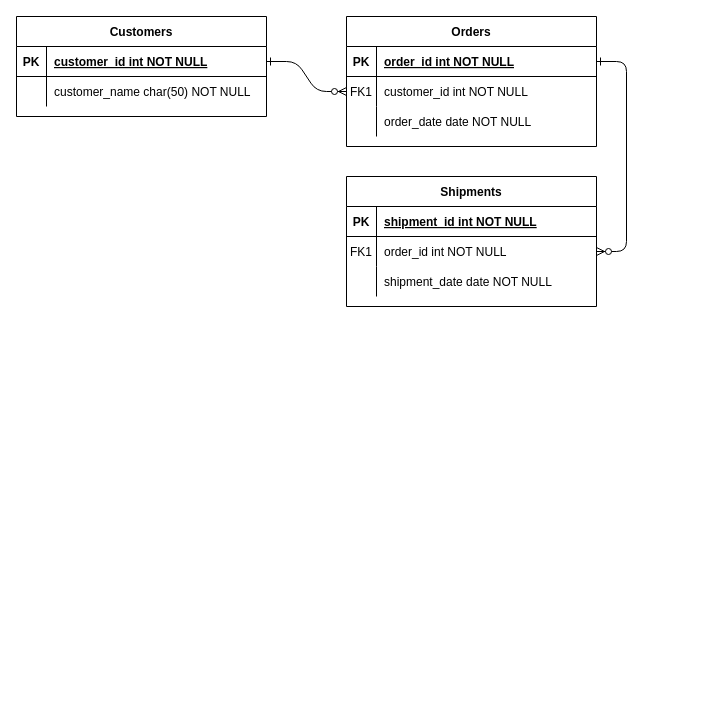
Earlier version of the draw.io diagram Untitled Diagram.drawio (dmitry-worker/schema_gen). Source tidied: cells renumbered, new cells numbered last; positions are measured from the earlier drawing's top-left corner, leaving out a move shared by most shapes. Both pictures are drawn from the tidied source at 100%, with x=0, y=0 at pixel (16, 16).
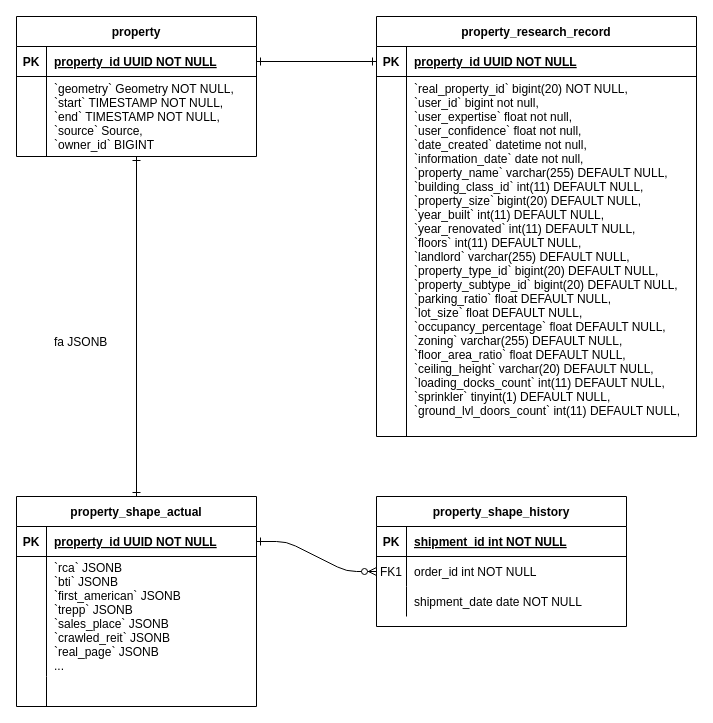
The same diagram, later.

The edit, as a diff of the source:
```diff
@@
-    <mxCell id="2" style="edgeStyle=entityRelationEdgeStyle;endArrow=ERzeroToMany;startArrow=ERone;endFill=1;startFill=0;" parent="1" edge="1" source="25" target="8">
-      <mxGeometry relative="1" as="geometry" />
-    </mxCell>
@@
-    <mxCell id="4" value="Orders" style="shape=table;startSize=30;childLayout=tableLayout;rowLines=0;fontStyle=1;align=center;" parent="1" vertex="1">
-      <mxGeometry x="330" width="250" height="130" as="geometry" />
+    <mxCell id="4" value="property_shape_actual" style="shape=table;startSize=30;childLayout=tableLayout;rowLines=0;fontStyle=1;align=center;" parent="1" vertex="1">
+      <mxGeometry y="480" width="240" height="210" as="geometry" />
     </mxCell>
     <mxCell id="5" style="shape=partialRectangle;fillColor=none;points=[[0,0.5],[1,0.5]];portConstraint=eastwest;top=0;left=0;right=0;bottom=1;" parent="4" vertex="1">
-      <mxGeometry y="30" width="250" height="30" as="geometry" />
+      <mxGeometry y="30" width="240" height="30" as="geometry" />
     </mxCell>
@@
-    <mxCell id="7" value="order_id int NOT NULL " style="shape=partialRectangle;overflow=hidden;fillColor=none;top=0;left=0;bottom=0;right=0;align=left;spacingLeft=6;fontStyle=5;" parent="5" vertex="1">
-      <mxGeometry x="30" width="220" height="30" as="geometry" />
+    <mxCell id="7" value="property_id UUID NOT NULL" style="shape=partialRectangle;overflow=hidden;fillColor=none;top=0;left=0;bottom=0;right=0;align=left;spacingLeft=6;fontStyle=5;" parent="5" vertex="1">
+      <mxGeometry x="30" width="210" height="30" as="geometry" />
     </mxCell>
     <mxCell id="8" style="shape=partialRectangle;fillColor=none;points=[[0,0.5],[1,0.5]];portConstraint=eastwest;top=0;left=0;right=0;bottom=0;" parent="4" vertex="1">
-      <mxGeometry y="60" width="250" height="30" as="geometry" />
+      <mxGeometry y="60" width="240" height="120" as="geometry" />
     </mxCell>
-    <mxCell id="9" value="FK1" style="shape=partialRectangle;overflow=hidden;fillColor=none;top=0;left=0;bottom=0;right=0;" parent="8" vertex="1">
-      <mxGeometry width="30" height="30" as="geometry" />
+    <mxCell id="9" style="shape=partialRectangle;overflow=hidden;fillColor=none;top=0;left=0;bottom=0;right=0;" parent="8" vertex="1">
+      <mxGeometry width="30" height="120" as="geometry" />
     </mxCell>
-    <mxCell id="10" value="customer_id int NOT NULL" style="shape=partialRectangle;overflow=hidden;fillColor=none;top=0;left=0;bottom=0;right=0;align=left;spacingLeft=6;" parent="8" vertex="1">
-      <mxGeometry x="30" width="220" height="30" as="geometry" />
+    <mxCell id="10" value="`rca` JSONB&#10;`bti` JSONB&#10;`first_american` JSONB&#10;`trepp` JSONB&#10;`sales_place` JSONB&#10;`crawled_reit` JSONB&#10;`real_page` JSONB&#10;... " style="shape=partialRectangle;overflow=hidden;fillColor=none;top=0;left=0;bottom=0;right=0;align=left;spacingLeft=6;" parent="8" vertex="1">
+      <mxGeometry x="30" width="210" height="120" as="geometry" />
     </mxCell>
     <mxCell id="11" style="shape=partialRectangle;fillColor=none;top=0;left=0;right=0;bottom=0;" parent="4" vertex="1">
-      <mxGeometry y="90" width="250" height="30" as="geometry" />
+      <mxGeometry y="180" width="240" height="30" as="geometry" />
     </mxCell>
@@
-    <mxCell id="13" value="order_date date NOT NULL" style="shape=partialRectangle;overflow=hidden;fillColor=none;top=0;left=0;bottom=0;right=0;align=left;spacingLeft=6;" parent="11" vertex="1">
-      <mxGeometry x="30" width="220" height="30" as="geometry" />
+    <mxCell id="13" style="shape=partialRectangle;overflow=hidden;fillColor=none;top=0;left=0;bottom=0;right=0;align=left;spacingLeft=6;strokeColor=default;" parent="11" vertex="1">
+      <mxGeometry x="30" width="210" height="30" as="geometry" />
     </mxCell>
-    <mxCell id="14" value="Shipments" style="shape=table;startSize=30;childLayout=tableLayout;rowLines=0;fontStyle=1;align=center;" parent="1" vertex="1">
-      <mxGeometry x="330" y="160" width="250" height="130" as="geometry" />
+    <mxCell id="14" value="property_shape_history" style="shape=table;startSize=30;childLayout=tableLayout;rowLines=0;fontStyle=1;align=center;" parent="1" vertex="1">
+      <mxGeometry x="360" y="480" width="250" height="130" as="geometry" />
     </mxCell>
@@
-    <mxCell id="24" value="Customers" style="shape=table;startSize=30;childLayout=tableLayout;rowLines=0;fontStyle=1;align=center;" parent="1" vertex="1">
-      <mxGeometry width="250" height="100" as="geometry" />
+    <mxCell id="24" value="property" style="shape=table;startSize=30;childLayout=tableLayout;rowLines=0;fontStyle=1;align=center;" parent="1" vertex="1">
+      <mxGeometry width="240" height="140" as="geometry" />
     </mxCell>
     <mxCell id="25" style="shape=partialRectangle;fillColor=none;points=[[0,0.5],[1,0.5]];portConstraint=eastwest;top=0;left=0;right=0;bottom=1;" parent="24" vertex="1">
-      <mxGeometry y="30" width="250" height="30" as="geometry" />
+      <mxGeometry y="30" width="240" height="30" as="geometry" />
     </mxCell>
@@
-    <mxCell id="27" value="customer_id int NOT NULL " style="shape=partialRectangle;overflow=hidden;fillColor=none;top=0;left=0;bottom=0;right=0;align=left;spacingLeft=6;fontStyle=5;" parent="25" vertex="1">
-      <mxGeometry x="30" width="220" height="30" as="geometry" />
+    <mxCell id="27" value="property_id UUID NOT NULL " style="shape=partialRectangle;overflow=hidden;fillColor=none;top=0;left=0;bottom=0;right=0;align=left;spacingLeft=6;fontStyle=5;" parent="25" vertex="1">
+      <mxGeometry x="30" width="210" height="30" as="geometry" />
     </mxCell>
     <mxCell id="28" style="shape=partialRectangle;fillColor=none;top=0;left=0;right=0;bottom=0;" parent="24" vertex="1">
-      <mxGeometry y="60" width="250" height="30" as="geometry" />
+      <mxGeometry y="60" width="240" height="80" as="geometry" />
     </mxCell>
     <mxCell id="29" style="shape=partialRectangle;overflow=hidden;fillColor=none;top=0;left=0;bottom=0;right=0;" parent="28" vertex="1">
-      <mxGeometry width="30" height="30" as="geometry" />
+      <mxGeometry width="30" height="80" as="geometry" />
     </mxCell>
-    <mxCell id="30" value="customer_name char(50) NOT NULL" style="shape=partialRectangle;overflow=hidden;fillColor=none;top=0;left=0;bottom=0;right=0;align=left;spacingLeft=6;" parent="28" vertex="1">
-      <mxGeometry x="30" width="220" height="30" as="geometry" />
+    <mxCell id="30" value="`geometry` Geometry NOT NULL,&#10;`start` TIMESTAMP NOT NULL,&#10;`end` TIMESTAMP NOT NULL,&#10;`source` Source,&#10;`owner_id` BIGINT" style="shape=partialRectangle;overflow=hidden;fillColor=none;top=0;left=0;bottom=0;right=0;align=left;spacingLeft=6;" parent="28" vertex="1">
+      <mxGeometry x="30" width="210" height="80" as="geometry" />
     </mxCell>
+    <mxCell id="31" style="endArrow=ERone;html=1;rounded=1;entryX=0.5;entryY=1;entryDx=0;entryDy=0;exitX=0.5;exitY=0;exitDx=0;exitDy=0;startArrow=ERone;startFill=0;endFill=0;" parent="1" edge="1" source="4" target="24">
+      <mxGeometry relative="1" as="geometry" />
+    </mxCell>
+    <mxCell id="32" value="fa JSONB" style="shape=partialRectangle;overflow=hidden;fillColor=none;top=0;left=0;bottom=0;right=0;align=left;spacingLeft=6;" parent="1" vertex="1">
+      <mxGeometry x="30" y="310" width="220" height="30" as="geometry" />
+    </mxCell>
+    <mxCell id="33" value="property_research_record" style="shape=table;startSize=30;childLayout=tableLayout;rowLines=0;fontStyle=1;align=center;" parent="1" vertex="1">
+      <mxGeometry x="360" width="320" height="420" as="geometry" />
+    </mxCell>
+    <mxCell id="34" style="shape=partialRectangle;fillColor=none;points=[[0,0.5],[1,0.5]];portConstraint=eastwest;top=0;left=0;right=0;bottom=1;" parent="33" vertex="1">
+      <mxGeometry y="30" width="320" height="30" as="geometry" />
+    </mxCell>
+    <mxCell id="35" value="PK" style="shape=partialRectangle;overflow=hidden;fillColor=none;top=0;left=0;bottom=0;right=0;fontStyle=1;" parent="34" vertex="1">
+      <mxGeometry width="30" height="30" as="geometry" />
+    </mxCell>
+    <mxCell id="36" value="property_id UUID NOT NULL " style="shape=partialRectangle;overflow=hidden;fillColor=none;top=0;left=0;bottom=0;right=0;align=left;spacingLeft=6;fontStyle=5;" parent="34" vertex="1">
+      <mxGeometry x="30" width="290" height="30" as="geometry" />
+    </mxCell>
+    <mxCell id="37" style="shape=partialRectangle;fillColor=none;top=0;left=0;right=0;bottom=0;" parent="33" vertex="1">
+      <mxGeometry y="60" width="320" height="360" as="geometry" />
+    </mxCell>
+    <mxCell id="38" style="shape=partialRectangle;overflow=hidden;fillColor=none;top=0;left=0;bottom=0;right=0;" parent="37" vertex="1">
+      <mxGeometry width="30" height="360" as="geometry" />
+    </mxCell>
+    <mxCell id="39" value="`real_property_id` bigint(20) NOT NULL,&#10;`user_id` bigint not null,&#10;`user_expertise` float not null,&#10;`user_confidence` float not null,&#10;`date_created` datetime not null,&#10;`information_date` date not null,&#10;`property_name` varchar(255) DEFAULT NULL,&#10;`building_class_id` int(11) DEFAULT NULL,&#10;`property_size` bigint(20) DEFAULT NULL,&#10;`year_built` int(11) DEFAULT NULL,&#10;`year_renovated` int(11) DEFAULT NULL,&#10;`floors` int(11) DEFAULT NULL,&#10;`landlord` varchar(255) DEFAULT NULL,&#10;`property_type_id` bigint(20) DEFAULT NULL,&#10;`property_subtype_id` bigint(20) DEFAULT NULL,&#10;`parking_ratio` float DEFAULT NULL,&#10;`lot_size` float DEFAULT NULL,&#10;`occupancy_percentage` float DEFAULT NULL,&#10;`zoning` varchar(255) DEFAULT NULL,&#10;`floor_area_ratio` float DEFAULT NULL,&#10;`ceiling_height` varchar(20) DEFAULT NULL,&#10;`loading_docks_count` int(11) DEFAULT NULL,&#10;`sprinkler` tinyint(1) DEFAULT NULL,&#10;`ground_lvl_doors_count` int(11) DEFAULT NULL,&#10;" style="shape=partialRectangle;overflow=hidden;fillColor=none;top=0;left=0;bottom=0;right=0;align=left;spacingLeft=6;" parent="37" vertex="1">
+      <mxGeometry x="30" width="290" height="360" as="geometry" />
+    </mxCell>
+    <mxCell id="40" style="endArrow=ERone;html=1;rounded=1;entryX=1;entryY=0.5;entryDx=0;entryDy=0;exitX=0;exitY=0.5;exitDx=0;exitDy=0;startArrow=ERone;startFill=0;endFill=0;" parent="1" edge="1" source="34" target="25">
+      <mxGeometry relative="1" as="geometry" />
+    </mxCell>
```
